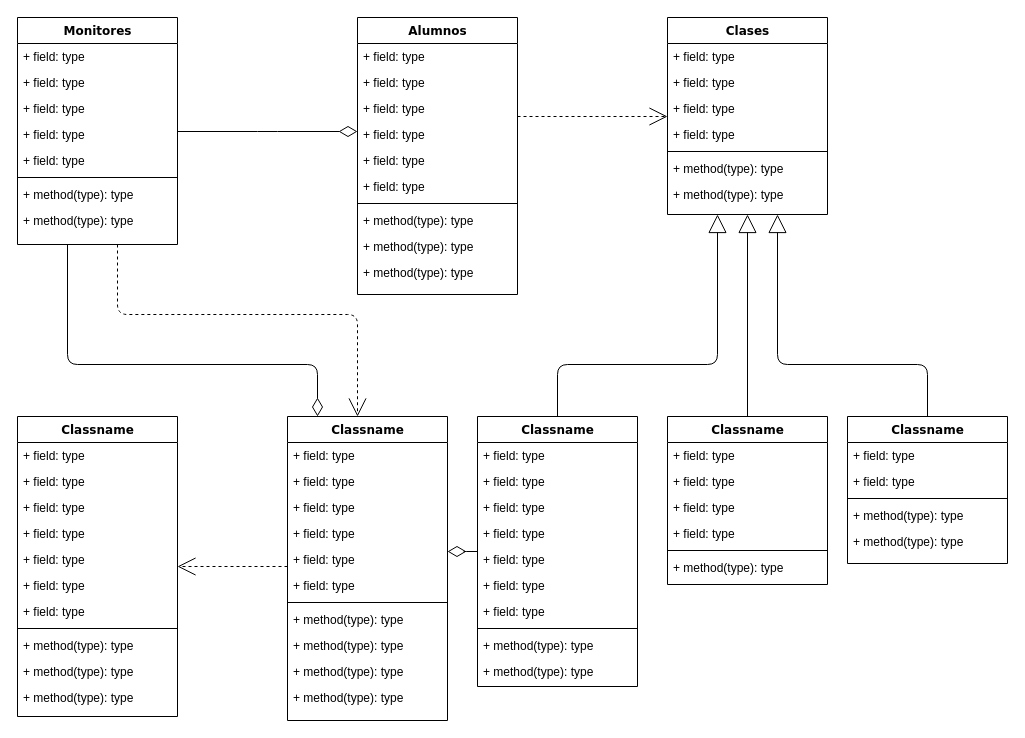
Before: Arquitectura_webb.drawio in belennsanchezz123/App_Reservas_Padel, a draw.io diagram. Source tidied: cells renumbered, new cells numbered last; positions are measured from the earlier drawing's top-left corner, leaving out a move shared by most shapes. Both pictures are drawn from the tidied source at 100%, with x=0, y=0 at pixel (17, 17).
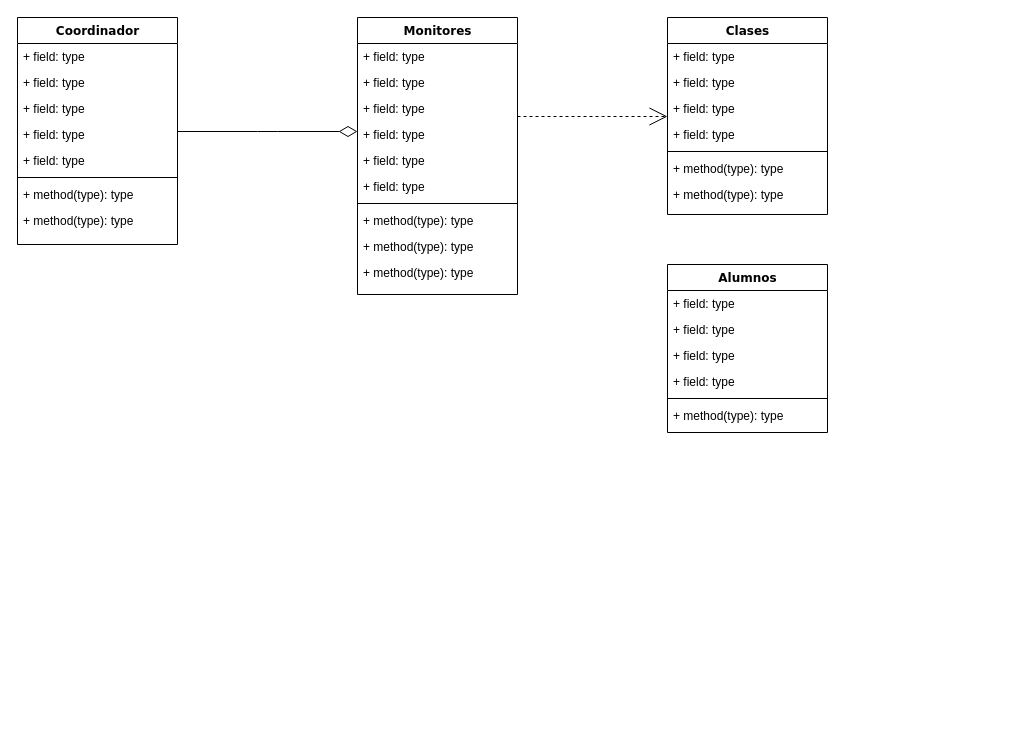
Above is the later version.

The change refers to these unchanged cells:
```xml
<mxCell id="25" value="Clases" style="swimlane;html=1;fontStyle=1;align=center;verticalAlign=top;horizontal=1;startSize=26;swimlaneFillColor=#ffffff;rounded=0;shadow=0;comic=0;labelBackgroundColor=none;strokeWidth=1;fillColor=none;fontFamily=Verdana;fontSize=12;" parent="1" vertex="1">
  <mxGeometry x="650" width="160" height="197" as="geometry" />
</mxCell>
```

What changed in the source:
```diff
@@
-    <mxCell id="2" style="edgeStyle=orthogonalEdgeStyle;html=1;labelBackgroundColor=none;startFill=0;startSize=8;endArrow=open;endFill=0;endSize=16;fontFamily=Verdana;fontSize=12;dashed=1;" parent="1" edge="1" source="4" target="47">
-      <mxGeometry relative="1" as="geometry">
-        <Array as="points">
-          <mxPoint x="100" y="297" />
-          <mxPoint x="340" y="297" />
-        </Array>
-      </mxGeometry>
-    </mxCell>
-    <mxCell id="3" style="edgeStyle=orthogonalEdgeStyle;html=1;labelBackgroundColor=none;startFill=0;startSize=8;endArrow=diamondThin;endFill=0;endSize=16;fontFamily=Verdana;fontSize=12;" parent="1" edge="1" source="4" target="47">
-      <mxGeometry relative="1" as="geometry">
-        <Array as="points">
-          <mxPoint x="50" y="347" />
-          <mxPoint x="300" y="347" />
-        </Array>
-      </mxGeometry>
-    </mxCell>
-    <mxCell id="4" value="Monitores" style="swimlane;html=1;fontStyle=1;align=center;verticalAlign=top;horizontal=1;startSize=26;swimlaneFillColor=#ffffff;rounded=0;shadow=0;comic=0;labelBackgroundColor=none;strokeWidth=1;fillColor=none;fontFamily=Verdana;fontSize=12;" parent="1" vertex="1">
+    <mxCell id="4" value="Coordinador" style="swimlane;html=1;fontStyle=1;align=center;verticalAlign=top;horizontal=1;startSize=26;swimlaneFillColor=#ffffff;rounded=0;shadow=0;comic=0;labelBackgroundColor=none;strokeWidth=1;fillColor=none;fontFamily=Verdana;fontSize=12;" parent="1" vertex="1">
       <mxGeometry width="160" height="227" as="geometry" />
     </mxCell>
@@
-    <mxCell id="14" value="Alumnos" style="swimlane;html=1;fontStyle=1;align=center;verticalAlign=top;horizontal=1;startSize=26;swimlaneFillColor=#ffffff;rounded=0;shadow=0;comic=0;labelBackgroundColor=none;strokeWidth=1;fillColor=none;fontFamily=Verdana;fontSize=12;" parent="1" vertex="1">
+    <mxCell id="14" value="Monitores" style="swimlane;html=1;fontStyle=1;align=center;verticalAlign=top;horizontal=1;startSize=26;swimlaneFillColor=#ffffff;rounded=0;shadow=0;comic=0;labelBackgroundColor=none;strokeWidth=1;fillColor=none;fontFamily=Verdana;fontSize=12;" parent="1" vertex="1">
       <mxGeometry x="340" width="160" height="277" as="geometry" />
     </mxCell>
@@
-    <mxCell id="33" style="edgeStyle=elbowEdgeStyle;html=1;labelBackgroundColor=none;startFill=0;startSize=8;endArrow=open;endFill=0;endSize=16;fontFamily=Verdana;fontSize=12;elbow=vertical;dashed=1;" parent="1" edge="1" source="47" target="34">
-      <mxGeometry relative="1" as="geometry" />
-    </mxCell>
-    <mxCell id="34" value="Classname" style="swimlane;html=1;fontStyle=1;align=center;verticalAlign=top;horizontal=1;startSize=26;swimlaneFillColor=#ffffff;rounded=0;shadow=0;comic=0;labelBackgroundColor=none;strokeWidth=1;fillColor=none;fontFamily=Verdana;fontSize=12;" parent="1" vertex="1">
-      <mxGeometry y="399" width="160" height="300" as="geometry" />
-    </mxCell>
-    <mxCell id="35" value="+ field: type" style="text;html=1;strokeColor=none;fillColor=none;align=left;verticalAlign=top;spacingLeft=4;spacingRight=4;whiteSpace=wrap;overflow=hidden;" parent="34" vertex="1">
-      <mxGeometry y="26" width="160" height="26" as="geometry" />
-    </mxCell>
-    <mxCell id="36" value="+ field: type" style="text;html=1;strokeColor=none;fillColor=none;align=left;verticalAlign=top;spacingLeft=4;spacingRight=4;whiteSpace=wrap;overflow=hidden;" parent="34" vertex="1">
-      <mxGeometry y="52" width="160" height="26" as="geometry" />
-    </mxCell>
-    <mxCell id="37" value="+ field: type" style="text;html=1;strokeColor=none;fillColor=none;align=left;verticalAlign=top;spacingLeft=4;spacingRight=4;whiteSpace=wrap;overflow=hidden;" parent="34" vertex="1">
-      <mxGeometry y="78" width="160" height="26" as="geometry" />
-    </mxCell>
-    <mxCell id="38" value="+ field: type" style="text;html=1;strokeColor=none;fillColor=none;align=left;verticalAlign=top;spacingLeft=4;spacingRight=4;whiteSpace=wrap;overflow=hidden;" parent="34" vertex="1">
-      <mxGeometry y="104" width="160" height="26" as="geometry" />
-    </mxCell>
-    <mxCell id="39" value="+ field: type" style="text;html=1;strokeColor=none;fillColor=none;align=left;verticalAlign=top;spacingLeft=4;spacingRight=4;whiteSpace=wrap;overflow=hidden;" parent="34" vertex="1">
-      <mxGeometry y="130" width="160" height="26" as="geometry" />
-    </mxCell>
-    <mxCell id="40" value="+ field: type" style="text;html=1;strokeColor=none;fillColor=none;align=left;verticalAlign=top;spacingLeft=4;spacingRight=4;whiteSpace=wrap;overflow=hidden;" parent="34" vertex="1">
-      <mxGeometry y="156" width="160" height="26" as="geometry" />
-    </mxCell>
-    <mxCell id="41" value="+ field: type" style="text;html=1;strokeColor=none;fillColor=none;align=left;verticalAlign=top;spacingLeft=4;spacingRight=4;whiteSpace=wrap;overflow=hidden;" parent="34" vertex="1">
-      <mxGeometry y="182" width="160" height="26" as="geometry" />
-    </mxCell>
-    <mxCell id="42" style="line;html=1;strokeWidth=1;fillColor=none;align=left;verticalAlign=middle;spacingTop=-1;spacingLeft=3;spacingRight=3;labelPosition=right;" parent="34" vertex="1">
-      <mxGeometry y="208" width="160" height="8" as="geometry" />
-    </mxCell>
-    <mxCell id="43" value="+ method(type): type" style="text;html=1;strokeColor=none;fillColor=none;align=left;verticalAlign=top;spacingLeft=4;spacingRight=4;whiteSpace=wrap;overflow=hidden;" parent="34" vertex="1">
-      <mxGeometry y="216" width="160" height="26" as="geometry" />
-    </mxCell>
-    <mxCell id="44" value="+ method(type): type" style="text;html=1;strokeColor=none;fillColor=none;align=left;verticalAlign=top;spacingLeft=4;spacingRight=4;whiteSpace=wrap;overflow=hidden;" parent="34" vertex="1">
-      <mxGeometry y="242" width="160" height="26" as="geometry" />
-    </mxCell>
-    <mxCell id="45" value="+ method(type): type" style="text;html=1;strokeColor=none;fillColor=none;align=left;verticalAlign=top;spacingLeft=4;spacingRight=4;whiteSpace=wrap;overflow=hidden;" parent="34" vertex="1">
-      <mxGeometry y="268" width="160" height="26" as="geometry" />
-    </mxCell>
-    <mxCell id="46" style="edgeStyle=elbowEdgeStyle;html=1;labelBackgroundColor=none;startFill=0;startSize=8;endArrow=diamondThin;endFill=0;endSize=16;fontFamily=Verdana;fontSize=12;elbow=vertical;" parent="1" edge="1" source="60" target="47">
-      <mxGeometry relative="1" as="geometry" />
-    </mxCell>
-    <mxCell id="47" value="Classname" style="swimlane;html=1;fontStyle=1;align=center;verticalAlign=top;horizontal=1;startSize=26;swimlaneFillColor=#ffffff;rounded=0;shadow=0;comic=0;labelBackgroundColor=none;strokeWidth=1;fillColor=none;fontFamily=Verdana;fontSize=12;" parent="1" vertex="1">
-      <mxGeometry x="270" y="399" width="160" height="304" as="geometry" />
-    </mxCell>
-    <mxCell id="48" value="+ field: type" style="text;html=1;strokeColor=none;fillColor=none;align=left;verticalAlign=top;spacingLeft=4;spacingRight=4;whiteSpace=wrap;overflow=hidden;" parent="47" vertex="1">
-      <mxGeometry y="26" width="160" height="26" as="geometry" />
-    </mxCell>
-    <mxCell id="49" value="+ field: type" style="text;html=1;strokeColor=none;fillColor=none;align=left;verticalAlign=top;spacingLeft=4;spacingRight=4;whiteSpace=wrap;overflow=hidden;" parent="47" vertex="1">
-      <mxGeometry y="52" width="160" height="26" as="geometry" />
-    </mxCell>
-    <mxCell id="50" value="+ field: type" style="text;html=1;strokeColor=none;fillColor=none;align=left;verticalAlign=top;spacingLeft=4;spacingRight=4;whiteSpace=wrap;overflow=hidden;" parent="47" vertex="1">
-      <mxGeometry y="78" width="160" height="26" as="geometry" />
-    </mxCell>
-    <mxCell id="51" value="+ field: type" style="text;html=1;strokeColor=none;fillColor=none;align=left;verticalAlign=top;spacingLeft=4;spacingRight=4;whiteSpace=wrap;overflow=hidden;" parent="47" vertex="1">
-      <mxGeometry y="104" width="160" height="26" as="geometry" />
-    </mxCell>
-    <mxCell id="52" value="+ field: type" style="text;html=1;strokeColor=none;fillColor=none;align=left;verticalAlign=top;spacingLeft=4;spacingRight=4;whiteSpace=wrap;overflow=hidden;" parent="47" vertex="1">
-      <mxGeometry y="130" width="160" height="26" as="geometry" />
-    </mxCell>
-    <mxCell id="53" value="+ field: type" style="text;html=1;strokeColor=none;fillColor=none;align=left;verticalAlign=top;spacingLeft=4;spacingRight=4;whiteSpace=wrap;overflow=hidden;" parent="47" vertex="1">
-      <mxGeometry y="156" width="160" height="26" as="geometry" />
-    </mxCell>
-    <mxCell id="54" style="line;html=1;strokeWidth=1;fillColor=none;align=left;verticalAlign=middle;spacingTop=-1;spacingLeft=3;spacingRight=3;labelPosition=right;" parent="47" vertex="1">
-      <mxGeometry y="182" width="160" height="8" as="geometry" />
-    </mxCell>
-    <mxCell id="55" value="+ method(type): type" style="text;html=1;strokeColor=none;fillColor=none;align=left;verticalAlign=top;spacingLeft=4;spacingRight=4;whiteSpace=wrap;overflow=hidden;" parent="47" vertex="1">
-      <mxGeometry y="190" width="160" height="26" as="geometry" />
-    </mxCell>
-    <mxCell id="56" value="+ method(type): type" style="text;html=1;strokeColor=none;fillColor=none;align=left;verticalAlign=top;spacingLeft=4;spacingRight=4;whiteSpace=wrap;overflow=hidden;" parent="47" vertex="1">
-      <mxGeometry y="216" width="160" height="26" as="geometry" />
-    </mxCell>
-    <mxCell id="57" value="+ method(type): type" style="text;html=1;strokeColor=none;fillColor=none;align=left;verticalAlign=top;spacingLeft=4;spacingRight=4;whiteSpace=wrap;overflow=hidden;" parent="47" vertex="1">
-      <mxGeometry y="242" width="160" height="26" as="geometry" />
-    </mxCell>
-    <mxCell id="58" value="+ method(type): type" style="text;html=1;strokeColor=none;fillColor=none;align=left;verticalAlign=top;spacingLeft=4;spacingRight=4;whiteSpace=wrap;overflow=hidden;" parent="47" vertex="1">
-      <mxGeometry y="268" width="160" height="26" as="geometry" />
-    </mxCell>
-    <mxCell id="59" style="edgeStyle=orthogonalEdgeStyle;html=1;labelBackgroundColor=none;startFill=0;startSize=8;endArrow=block;endFill=0;endSize=16;fontFamily=Verdana;fontSize=12;" parent="1" edge="1" source="60" target="25">
-      <mxGeometry relative="1" as="geometry">
-        <Array as="points">
-          <mxPoint x="540" y="347" />
-          <mxPoint x="700" y="347" />
-        </Array>
-      </mxGeometry>
-    </mxCell>
-    <mxCell id="60" value="Classname" style="swimlane;html=1;fontStyle=1;align=center;verticalAlign=top;horizontal=1;startSize=26;swimlaneFillColor=#ffffff;rounded=0;shadow=0;comic=0;labelBackgroundColor=none;strokeWidth=1;fillColor=none;fontFamily=Verdana;fontSize=12;" parent="1" vertex="1">
-      <mxGeometry x="460" y="399" width="160" height="270" as="geometry" />
-    </mxCell>
-    <mxCell id="61" value="+ field: type" style="text;html=1;strokeColor=none;fillColor=none;align=left;verticalAlign=top;spacingLeft=4;spacingRight=4;whiteSpace=wrap;overflow=hidden;" parent="60" vertex="1">
-      <mxGeometry y="26" width="160" height="26" as="geometry" />
-    </mxCell>
-    <mxCell id="62" value="+ field: type" style="text;html=1;strokeColor=none;fillColor=none;align=left;verticalAlign=top;spacingLeft=4;spacingRight=4;whiteSpace=wrap;overflow=hidden;" parent="60" vertex="1">
-      <mxGeometry y="52" width="160" height="26" as="geometry" />
-    </mxCell>
-    <mxCell id="63" value="+ field: type" style="text;html=1;strokeColor=none;fillColor=none;align=left;verticalAlign=top;spacingLeft=4;spacingRight=4;whiteSpace=wrap;overflow=hidden;" parent="60" vertex="1">
-      <mxGeometry y="78" width="160" height="26" as="geometry" />
-    </mxCell>
-    <mxCell id="64" value="+ field: type" style="text;html=1;strokeColor=none;fillColor=none;align=left;verticalAlign=top;spacingLeft=4;spacingRight=4;whiteSpace=wrap;overflow=hidden;" parent="60" vertex="1">
-      <mxGeometry y="104" width="160" height="26" as="geometry" />
-    </mxCell>
-    <mxCell id="65" value="+ field: type" style="text;html=1;strokeColor=none;fillColor=none;align=left;verticalAlign=top;spacingLeft=4;spacingRight=4;whiteSpace=wrap;overflow=hidden;" parent="60" vertex="1">
-      <mxGeometry y="130" width="160" height="26" as="geometry" />
-    </mxCell>
-    <mxCell id="66" value="+ field: type" style="text;html=1;strokeColor=none;fillColor=none;align=left;verticalAlign=top;spacingLeft=4;spacingRight=4;whiteSpace=wrap;overflow=hidden;" parent="60" vertex="1">
-      <mxGeometry y="156" width="160" height="26" as="geometry" />
-    </mxCell>
-    <mxCell id="67" value="+ field: type" style="text;html=1;strokeColor=none;fillColor=none;align=left;verticalAlign=top;spacingLeft=4;spacingRight=4;whiteSpace=wrap;overflow=hidden;" parent="60" vertex="1">
-      <mxGeometry y="182" width="160" height="26" as="geometry" />
-    </mxCell>
-    <mxCell id="68" style="line;html=1;strokeWidth=1;fillColor=none;align=left;verticalAlign=middle;spacingTop=-1;spacingLeft=3;spacingRight=3;labelPosition=right;" parent="60" vertex="1">
-      <mxGeometry y="208" width="160" height="8" as="geometry" />
-    </mxCell>
-    <mxCell id="69" value="+ method(type): type" style="text;html=1;strokeColor=none;fillColor=none;align=left;verticalAlign=top;spacingLeft=4;spacingRight=4;whiteSpace=wrap;overflow=hidden;" parent="60" vertex="1">
-      <mxGeometry y="216" width="160" height="26" as="geometry" />
-    </mxCell>
-    <mxCell id="70" value="+ method(type): type" style="text;html=1;strokeColor=none;fillColor=none;align=left;verticalAlign=top;spacingLeft=4;spacingRight=4;whiteSpace=wrap;overflow=hidden;" parent="60" vertex="1">
-      <mxGeometry y="242" width="160" height="26" as="geometry" />
-    </mxCell>
-    <mxCell id="71" style="edgeStyle=orthogonalEdgeStyle;html=1;labelBackgroundColor=none;startFill=0;startSize=8;endArrow=block;endFill=0;endSize=16;fontFamily=Verdana;fontSize=12;" parent="1" edge="1" source="72" target="25">
-      <mxGeometry relative="1" as="geometry" />
-    </mxCell>
-    <mxCell id="72" value="Classname" style="swimlane;html=1;fontStyle=1;align=center;verticalAlign=top;horizontal=1;startSize=26;swimlaneFillColor=#ffffff;rounded=0;shadow=0;comic=0;labelBackgroundColor=none;strokeWidth=1;fillColor=none;fontFamily=Verdana;fontSize=12;" parent="1" vertex="1">
-      <mxGeometry x="650" y="399" width="160" height="168" as="geometry" />
+    <mxCell id="72" value="Alumnos" style="swimlane;html=1;fontStyle=1;align=center;verticalAlign=top;horizontal=1;startSize=26;swimlaneFillColor=#ffffff;rounded=0;shadow=0;comic=0;labelBackgroundColor=none;strokeWidth=1;fillColor=none;fontFamily=Verdana;fontSize=12;" parent="1" vertex="1">
+      <mxGeometry x="650" y="247" width="160" height="168" as="geometry" />
     </mxCell>
@@
-    <mxCell id="79" style="edgeStyle=orthogonalEdgeStyle;html=1;labelBackgroundColor=none;startFill=0;startSize=8;endArrow=block;endFill=0;endSize=16;fontFamily=Verdana;fontSize=12;" parent="1" edge="1" source="80" target="25">
-      <mxGeometry relative="1" as="geometry">
-        <Array as="points">
-          <mxPoint x="910" y="347" />
-          <mxPoint x="760" y="347" />
-        </Array>
-      </mxGeometry>
-    </mxCell>
-    <mxCell id="80" value="Classname" style="swimlane;html=1;fontStyle=1;align=center;verticalAlign=top;horizontal=1;startSize=26;swimlaneFillColor=#ffffff;rounded=0;shadow=0;comic=0;labelBackgroundColor=none;strokeWidth=1;fillColor=none;fontFamily=Verdana;fontSize=12;" parent="1" vertex="1">
-      <mxGeometry x="830" y="399" width="160" height="147" as="geometry" />
-    </mxCell>
-    <mxCell id="81" value="+ field: type" style="text;html=1;strokeColor=none;fillColor=none;align=left;verticalAlign=top;spacingLeft=4;spacingRight=4;whiteSpace=wrap;overflow=hidden;" parent="80" vertex="1">
-      <mxGeometry y="26" width="160" height="26" as="geometry" />
-    </mxCell>
-    <mxCell id="82" value="+ field: type" style="text;html=1;strokeColor=none;fillColor=none;align=left;verticalAlign=top;spacingLeft=4;spacingRight=4;whiteSpace=wrap;overflow=hidden;" parent="80" vertex="1">
-      <mxGeometry y="52" width="160" height="26" as="geometry" />
-    </mxCell>
-    <mxCell id="83" style="line;html=1;strokeWidth=1;fillColor=none;align=left;verticalAlign=middle;spacingTop=-1;spacingLeft=3;spacingRight=3;labelPosition=right;" parent="80" vertex="1">
-      <mxGeometry y="78" width="160" height="8" as="geometry" />
-    </mxCell>
-    <mxCell id="84" value="+ method(type): type" style="text;html=1;strokeColor=none;fillColor=none;align=left;verticalAlign=top;spacingLeft=4;spacingRight=4;whiteSpace=wrap;overflow=hidden;" parent="80" vertex="1">
-      <mxGeometry y="86" width="160" height="26" as="geometry" />
-    </mxCell>
-    <mxCell id="85" value="+ method(type): type" style="text;html=1;strokeColor=none;fillColor=none;align=left;verticalAlign=top;spacingLeft=4;spacingRight=4;whiteSpace=wrap;overflow=hidden;" parent="80" vertex="1">
-      <mxGeometry y="112" width="160" height="26" as="geometry" />
-    </mxCell>
```
